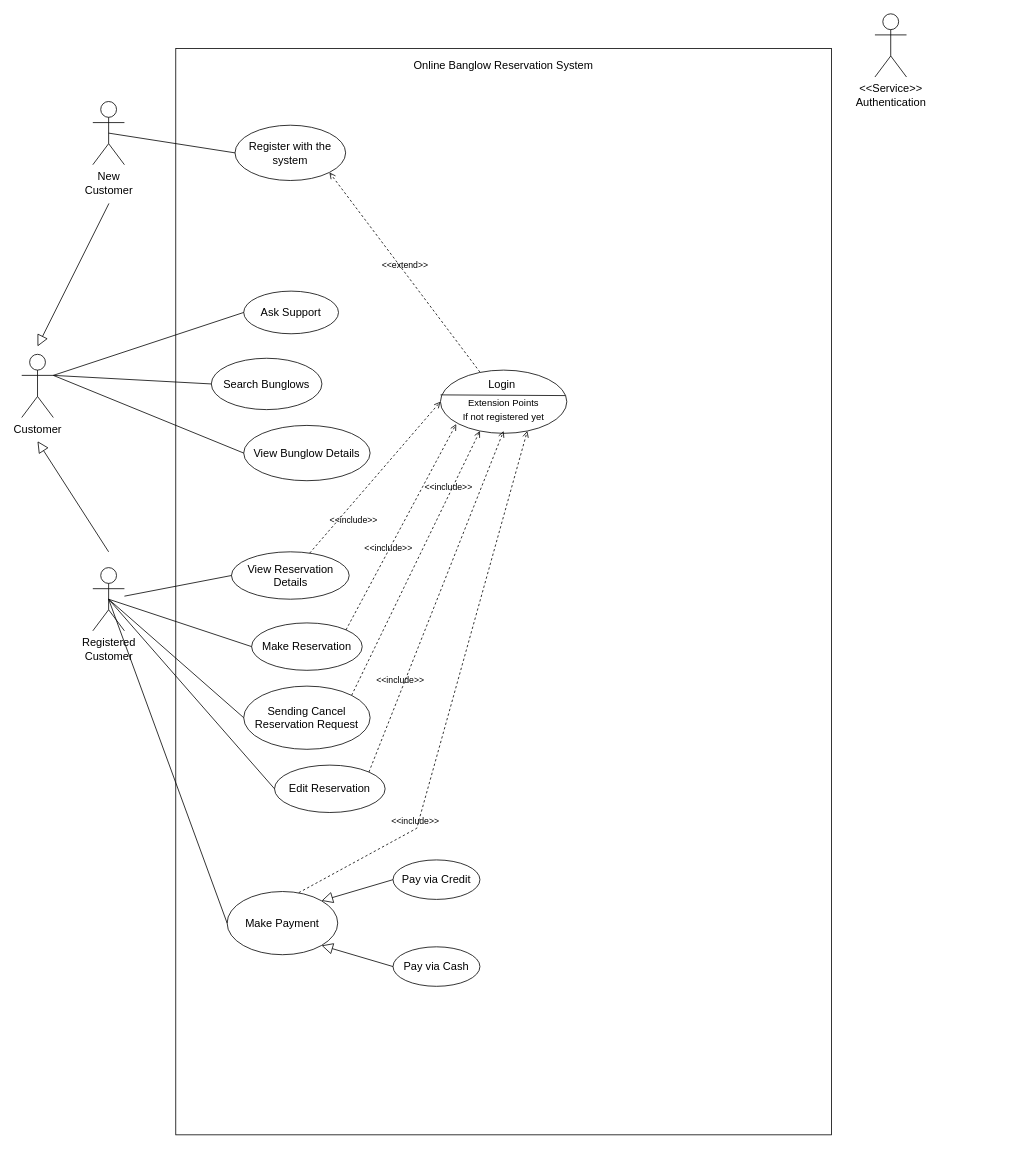
Earlier version of the draw.io diagram SEASS.drawio (Thisu2002/SE_Assignment). Source tidied: cells renumbered, new cells numbered last; positions are measured from the earlier drawing's top-left corner, leaving out a move shared by most shapes. Both pictures are drawn from the tidied source at 79%, with x=0, y=0 at pixel (21, 13).
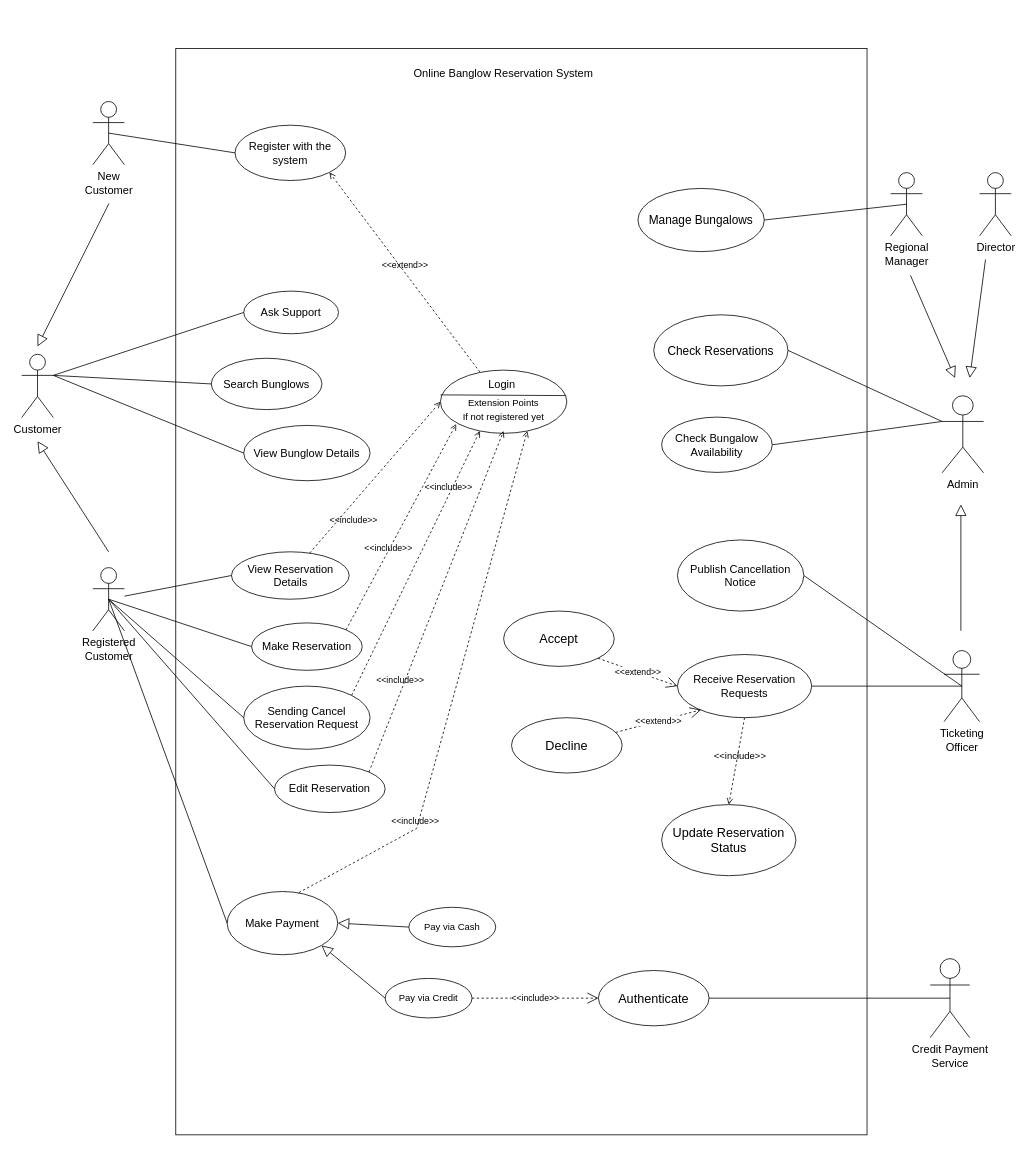
After the change.

Unchanged cells that the change refers to:
```xml
<mxCell id="15" value="&lt;font style=&quot;font-size: 14px;&quot;&gt;Make Payment&lt;br&gt;&lt;/font&gt;" style="ellipse;whiteSpace=wrap;html=1;" parent="1" vertex="1">
  <mxGeometry x="260" y="1111" width="140" height="80" as="geometry" />
</mxCell>
```

Change to the diagram source:
```diff
@@
     <mxCell id="2" style="rounded=0;whiteSpace=wrap;html=1;" parent="1" vertex="1">
-      <mxGeometry x="195" y="44" width="830" height="1375" as="geometry" />
+      <mxGeometry x="195" y="44" width="875" height="1375" as="geometry" />
     </mxCell>
@@
-    <mxCell id="5" value="&lt;font style=&quot;font-size: 14px;&quot;&gt;Online Banglow Reservation System&lt;/font&gt;" style="text;html=1;align=center;verticalAlign=middle;whiteSpace=wrap;rounded=0;" parent="1" vertex="1">
-      <mxGeometry x="490" y="50" width="240" height="30" as="geometry" />
+    <mxCell id="5" value="&lt;font style=&quot;font-size: 14px;&quot;&gt;Online Banglow Reservation System&lt;/font&gt;" style="text;html=1;align=center;verticalAlign=middle;whiteSpace=wrap;rounded=0;fontSize=14;" parent="1" vertex="1">
+      <mxGeometry x="490" y="61" width="240" height="30" as="geometry" />
     </mxCell>
@@
-    <mxCell id="16" value="&lt;font style=&quot;font-size: 14px;&quot;&gt;Pay via Cash&lt;br&gt;&lt;/font&gt;" style="ellipse;whiteSpace=wrap;html=1;" parent="1" vertex="1">
-      <mxGeometry x="470" y="1181" width="110" height="50" as="geometry" />
+    <mxCell id="16" value="Pay via Credit" style="ellipse;whiteSpace=wrap;html=1;" parent="1" vertex="1">
+      <mxGeometry x="460" y="1221" width="110" height="50" as="geometry" />
     </mxCell>
-    <mxCell id="17" value="&lt;font style=&quot;font-size: 14px;&quot;&gt;Pay via Credit&lt;br&gt;&lt;/font&gt;" style="ellipse;whiteSpace=wrap;html=1;" parent="1" vertex="1">
-      <mxGeometry x="470" y="1071" width="110" height="50" as="geometry" />
+    <mxCell id="17" value="Pay via Cash" style="ellipse;whiteSpace=wrap;html=1;" parent="1" vertex="1">
+      <mxGeometry x="490" y="1131" width="110" height="50" as="geometry" />
     </mxCell>
@@
-    <mxCell id="30" style="edgeStyle=none;html=1;endSize=12;endArrow=block;endFill=0;rounded=0;exitX=0;exitY=0.5;exitDx=0;exitDy=0;entryX=1;entryY=0;entryDx=0;entryDy=0;" parent="1" edge="1" source="17" target="15">
+    <mxCell id="30" style="edgeStyle=none;html=1;endSize=12;endArrow=block;endFill=0;rounded=0;exitX=0;exitY=0.5;exitDx=0;exitDy=0;entryX=1;entryY=0.5;entryDx=0;entryDy=0;" parent="1" edge="1" source="17" target="15">
       <mxGeometry relative="1" as="geometry" />
     </mxCell>
@@
-    <mxCell id="35" value="&lt;font style=&quot;font-size: 14px;&quot;&gt;&amp;lt;&amp;lt;Service&amp;gt;&amp;gt;&lt;br&gt;Authentication&lt;/font&gt;" style="shape=umlActor;verticalLabelPosition=bottom;verticalAlign=top;html=1;" parent="1" vertex="1">
-      <mxGeometry x="1080" width="40" height="80" as="geometry" />
-    </mxCell>
@@
+    <mxCell id="43" value="Credit Payment&lt;div style=&quot;font-size: 14px;&quot;&gt;Service&lt;/div&gt;" style="shape=umlActor;verticalLabelPosition=bottom;verticalAlign=top;html=1;outlineConnect=0;fontSize=14;" parent="1" vertex="1">
+      <mxGeometry x="1150" y="1196" width="50" height="100" as="geometry" />
+    </mxCell>
+    <mxCell id="44" style="edgeStyle=none;rounded=0;jettySize=auto;html=1;exitX=0;exitY=0.3333333333333333;exitDx=0;exitDy=0;exitPerimeter=0;entryX=1;entryY=0.5;entryDx=0;entryDy=0;endArrow=none;endFill=0;" parent="1" edge="1" source="46" target="58">
+      <mxGeometry relative="1" as="geometry" />
+    </mxCell>
+    <mxCell id="45" style="edgeStyle=none;rounded=0;jettySize=auto;html=1;exitX=0;exitY=0.3333333333333333;exitDx=0;exitDy=0;exitPerimeter=0;entryX=1;entryY=0.5;entryDx=0;entryDy=0;endArrow=none;endFill=0;" parent="1" edge="1" source="46" target="57">
+      <mxGeometry relative="1" as="geometry" />
+    </mxCell>
+    <mxCell id="46" value="Admin" style="shape=umlActor;verticalLabelPosition=bottom;verticalAlign=top;html=1;outlineConnect=0;fontSize=14;" parent="1" vertex="1">
+      <mxGeometry x="1165" y="483.5" width="52.5" height="97.5" as="geometry" />
+    </mxCell>
+    <mxCell id="47" style="edgeStyle=none;rounded=0;jettySize=auto;html=1;exitX=0.5;exitY=0.5;exitDx=0;exitDy=0;exitPerimeter=0;entryX=1;entryY=0.5;entryDx=0;entryDy=0;endArrow=none;endFill=0;" parent="1" edge="1" source="48" target="59">
+      <mxGeometry relative="1" as="geometry" />
+    </mxCell>
+    <mxCell id="48" value="Regional&lt;div style=&quot;font-size: 14px;&quot;&gt;Manager&lt;/div&gt;" style="shape=umlActor;verticalLabelPosition=bottom;verticalAlign=top;html=1;outlineConnect=0;fontSize=14;" parent="1" vertex="1">
+      <mxGeometry x="1100" y="201" width="40" height="80" as="geometry" />
+    </mxCell>
+    <mxCell id="49" style="edgeStyle=none;rounded=0;jettySize=auto;html=1;exitX=0.5;exitY=0.5;exitDx=0;exitDy=0;exitPerimeter=0;entryX=1;entryY=0.5;entryDx=0;entryDy=0;endArrow=none;endFill=0;" parent="1" edge="1" source="51" target="56">
+      <mxGeometry relative="1" as="geometry" />
+    </mxCell>
+    <mxCell id="50" style="edgeStyle=none;rounded=0;jettySize=auto;html=1;exitX=0.5;exitY=0.5;exitDx=0;exitDy=0;exitPerimeter=0;entryX=1;entryY=0.5;entryDx=0;entryDy=0;endArrow=none;endFill=0;" parent="1" edge="1" source="51" target="60">
+      <mxGeometry relative="1" as="geometry" />
+    </mxCell>
+    <mxCell id="51" value="Ticketing&lt;div style=&quot;font-size: 14px;&quot;&gt;Officer&lt;/div&gt;" style="shape=umlActor;verticalLabelPosition=bottom;verticalAlign=top;html=1;outlineConnect=0;fontSize=14;" parent="1" vertex="1">
+      <mxGeometry x="1167.5" y="806" width="45" height="90" as="geometry" />
+    </mxCell>
+    <mxCell id="52" style="edgeStyle=none;html=1;endSize=12;endArrow=block;endFill=0;rounded=0;" parent="1" edge="1">
+      <mxGeometry relative="1" as="geometry">
+        <mxPoint x="1125" y="331" as="sourcePoint" />
+        <mxPoint x="1181.4" y="461" as="targetPoint" />
+      </mxGeometry>
+    </mxCell>
+    <mxCell id="53" style="edgeStyle=none;html=1;endSize=12;endArrow=block;endFill=0;rounded=0;" parent="1" edge="1">
+      <mxGeometry relative="1" as="geometry">
+        <mxPoint x="1188.8" y="781" as="sourcePoint" />
+        <mxPoint x="1188.8" y="621" as="targetPoint" />
+      </mxGeometry>
+    </mxCell>
+    <mxCell id="54" style="edgeStyle=none;html=1;endSize=12;endArrow=block;endFill=0;rounded=0;" parent="1" edge="1">
+      <mxGeometry relative="1" as="geometry">
+        <mxPoint x="1220" y="311" as="sourcePoint" />
+        <mxPoint x="1200" y="461" as="targetPoint" />
+      </mxGeometry>
+    </mxCell>
+    <mxCell id="55" value="Director" style="shape=umlActor;verticalLabelPosition=bottom;verticalAlign=top;html=1;fontSize=14;" parent="1" vertex="1">
+      <mxGeometry x="1212.5" y="201" width="40" height="80" as="geometry" />
+    </mxCell>
+    <mxCell id="56" value="Publish Cancellation Notice" style="ellipse;whiteSpace=wrap;html=1;fontSize=14;" parent="1" vertex="1">
+      <mxGeometry x="830" y="666" width="160" height="90" as="geometry" />
+    </mxCell>
+    <mxCell id="57" value="Check Bungalow Availability" style="ellipse;whiteSpace=wrap;html=1;fontSize=14;" parent="1" vertex="1">
+      <mxGeometry x="810" y="510.5" width="140" height="70" as="geometry" />
+    </mxCell>
+    <mxCell id="58" value="Check Reservations" style="ellipse;whiteSpace=wrap;html=1;fontSize=15;" parent="1" vertex="1">
+      <mxGeometry x="800" y="381" width="170" height="90" as="geometry" />
+    </mxCell>
+    <mxCell id="59" value="Manage Bungalows" style="ellipse;whiteSpace=wrap;html=1;fontSize=15;" parent="1" vertex="1">
+      <mxGeometry x="780" y="221" width="160" height="80" as="geometry" />
+    </mxCell>
+    <mxCell id="60" value="Receive Reservation Requests" style="ellipse;whiteSpace=wrap;html=1;fontSize=14;" parent="1" vertex="1">
+      <mxGeometry x="830" y="811" width="170" height="80" as="geometry" />
+    </mxCell>
+    <mxCell id="61" value="Decline" style="ellipse;whiteSpace=wrap;html=1;fontSize=16;" parent="1" vertex="1">
+      <mxGeometry x="620" y="891" width="140" height="70" as="geometry" />
+    </mxCell>
+    <mxCell id="62" value="Accept" style="ellipse;whiteSpace=wrap;html=1;fontSize=16;" parent="1" vertex="1">
+      <mxGeometry x="610" y="756" width="140" height="70" as="geometry" />
+    </mxCell>
+    <mxCell id="63" value="&amp;lt;&amp;lt;extend&amp;gt;&amp;gt;" style="endArrow=open;endSize=12;dashed=1;html=1;rounded=0;endFill=0;exitX=1;exitY=1;exitDx=0;exitDy=0;entryX=0;entryY=0.5;entryDx=0;entryDy=0;" parent="1" edge="1" source="62" target="60">
+      <mxGeometry relative="1" as="geometry" />
+    </mxCell>
+    <mxCell id="64" value="Authenticate" style="ellipse;whiteSpace=wrap;html=1;fontSize=16;" parent="1" vertex="1">
+      <mxGeometry x="730" y="1211" width="140" height="70" as="geometry" />
+    </mxCell>
+    <mxCell id="65" value="&amp;lt;&amp;lt;include&amp;gt;&amp;gt;" style="endArrow=open;endSize=12;dashed=1;html=1;rounded=0;exitX=1;exitY=0.5;exitDx=0;exitDy=0;entryX=0;entryY=0.5;entryDx=0;entryDy=0;" parent="1" edge="1" source="16" target="64">
+      <mxGeometry relative="1" as="geometry" />
+    </mxCell>
+    <mxCell id="66" value="&amp;lt;&amp;lt;extend&amp;gt;&amp;gt;" style="endArrow=open;endSize=12;dashed=1;html=1;rounded=0;endFill=0;" parent="1" edge="1" source="61">
+      <mxGeometry relative="1" as="geometry">
+        <mxPoint x="860" y="881" as="targetPoint" />
+      </mxGeometry>
+    </mxCell>
+    <mxCell id="67" style="rounded=0;jettySize=auto;html=1;exitX=1;exitY=0.5;exitDx=0;exitDy=0;entryX=0.5;entryY=0.5;entryDx=0;entryDy=0;entryPerimeter=0;endArrow=none;endFill=0;" parent="1" edge="1" source="64" target="43">
+      <mxGeometry relative="1" as="geometry" />
+    </mxCell>
+    <mxCell id="68" value="Update Reservation Status" style="ellipse;whiteSpace=wrap;html=1;fontSize=16;" parent="1" vertex="1">
+      <mxGeometry x="810" y="1001" width="170" height="90" as="geometry" />
+    </mxCell>
+    <mxCell id="69" value="&amp;lt;&amp;lt;include&amp;gt;&amp;gt;" style="html=1;verticalAlign=bottom;labelBackgroundColor=none;endArrow=open;endFill=0;dashed=1;rounded=0;entryX=0.5;entryY=0;entryDx=0;entryDy=0;exitX=0.5;exitY=1;exitDx=0;exitDy=0;fontSize=12;" parent="1" edge="1" source="60" target="68">
+      <mxGeometry x="0.04" y="4" relative="1" as="geometry" />
+    </mxCell>
```
